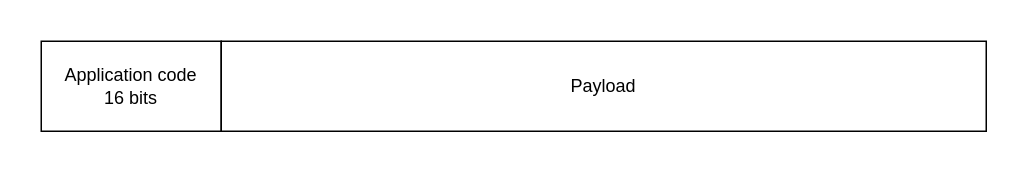
cdg66/BUS_figures keeps this draw.io diagram as Figures/Application.drawio. Above is the earlier version. Source tidied: cells renumbered, new cells numbered last; positions are measured from the earlier drawing's top-left corner, leaving out a move shared by most shapes. Both pictures are drawn from the tidied source at 150%, with x=0, y=0 at pixel (40, 40).
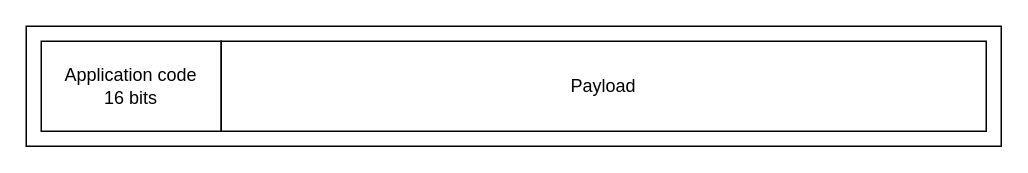
After the change.

Change to the diagram source:
```diff
@@
 <mxGraphModel>
   <root>
     <mxCell id="0" />
     <mxCell id="1" parent="0" />
+    <mxCell id="4" style="rounded=0;whiteSpace=wrap;html=1;" parent="1" vertex="1">
+      <mxGeometry x="-10" y="-10" width="650" height="80" as="geometry" />
+    </mxCell>
     <mxCell id="2" value="&lt;div&gt;Application code&lt;/div&gt;&lt;div&gt;16 bits&lt;/div&gt;" style="rounded=0;whiteSpace=wrap;html=1;" parent="1" vertex="1">
       <mxGeometry width="120" height="60" as="geometry" />
     </mxCell>
     <mxCell id="3" value="Payload" style="rounded=0;whiteSpace=wrap;html=1;" parent="1" vertex="1">
       <mxGeometry x="120" width="510" height="60" as="geometry" />
     </mxCell>
   </root>
 </mxGraphModel>
```
